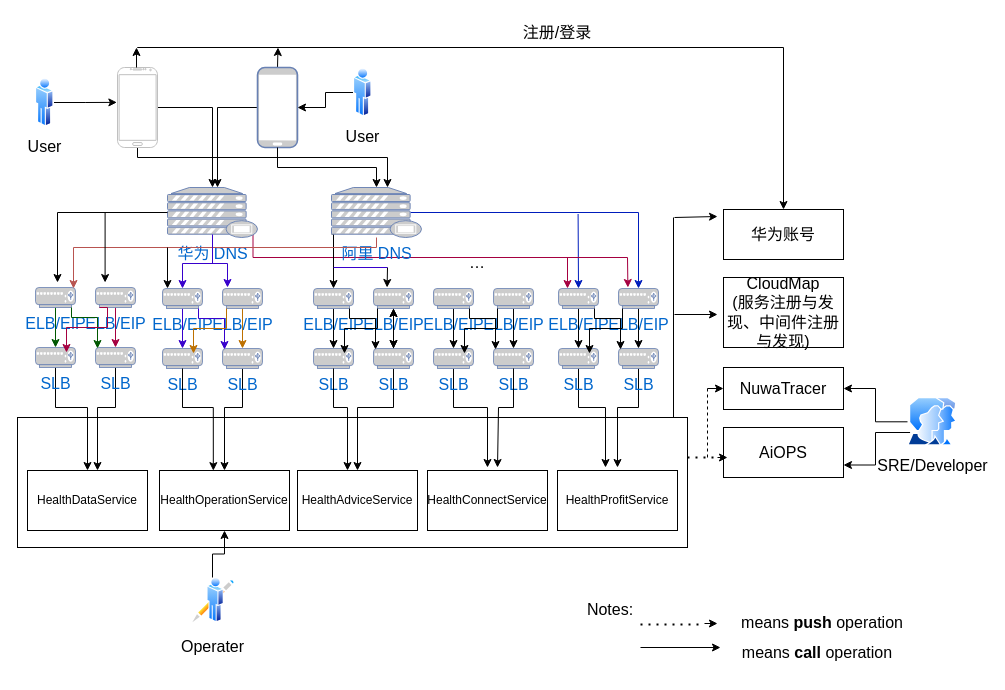
This is 运动健康云架构--第1层服务粒度架构.drawio from HuaHero/interview, a draw.io file, before an edit. Source tidied: cells renumbered, new cells numbered last; positions are measured from the earlier drawing's top-left corner, leaving out a move shared by most shapes. Both pictures are drawn from the tidied source at 100%, with x=0, y=0 at pixel (17, 17).
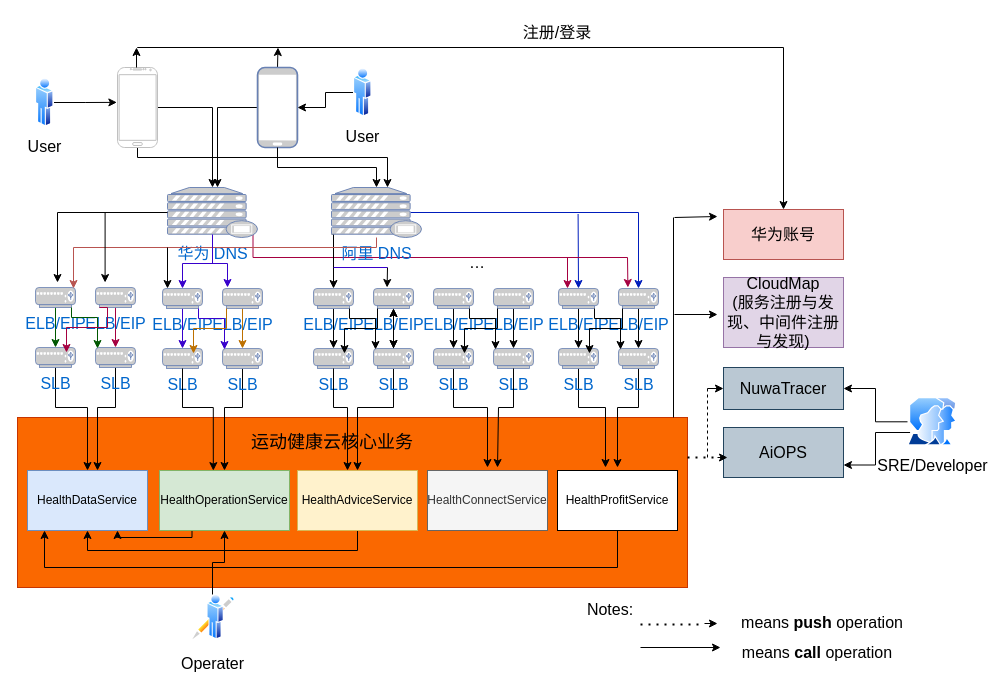
After the change.

Commit message:
更新运动健康云架构--第1层服务粒度架构.drawio

The change refers to these unchanged cells:
```xml
<mxCell id="8" value="HealthProfitService" style="rounded=0;whiteSpace=wrap;html=1;fontSize=12;" parent="1" vertex="1">
  <mxGeometry x="540" y="453" width="120" height="60" as="geometry" />
</mxCell>
```

Change to the diagram source:
```diff
@@
-    <mxCell id="2" style="rounded=0;whiteSpace=wrap;html=1;fontSize=16;" parent="1" vertex="1">
-      <mxGeometry y="400" width="670" height="130" as="geometry" />
+    <mxCell id="2" style="rounded=0;whiteSpace=wrap;html=1;fontSize=16;fillColor=#fa6800;fontColor=#000000;strokeColor=#C73500;" parent="1" vertex="1">
+      <mxGeometry y="400" width="670" height="170" as="geometry" />
     </mxCell>
-    <mxCell id="3" value="华为账号" style="rounded=0;whiteSpace=wrap;html=1;fontSize=16;" parent="1" vertex="1">
+    <mxCell id="3" value="华为账号" style="rounded=0;whiteSpace=wrap;html=1;fontSize=16;fillColor=#f8cecc;strokeColor=#b85450;" parent="1" vertex="1">
       <mxGeometry x="706" y="192" width="120" height="50" as="geometry" />
     </mxCell>
-    <mxCell id="4" value="HealthDataService" style="rounded=0;whiteSpace=wrap;html=1;fontSize=12;" parent="1" vertex="1">
+    <mxCell id="4" value="HealthDataService" style="rounded=0;whiteSpace=wrap;html=1;fontSize=12;fillColor=#dae8fc;strokeColor=#6c8ebf;" parent="1" vertex="1">
       <mxGeometry x="10" y="453" width="120" height="60" as="geometry" />
     </mxCell>
+    <mxCell id="116" style="edgeStyle=orthogonalEdgeStyle;rounded=0;jettySize=auto;html=1;exitX=0.25;exitY=1;exitDx=0;exitDy=0;entryX=0.75;entryY=1;entryDx=0;entryDy=0;" parent="1" edge="1" source="5" target="4">
+      <mxGeometry relative="1" as="geometry">
+        <Array as="points">
+          <mxPoint x="175" y="520" />
+          <mxPoint x="100" y="520" />
+        </Array>
+      </mxGeometry>
+    </mxCell>
-    <mxCell id="5" value="HealthOperationService" style="rounded=0;whiteSpace=wrap;html=1;fontSize=12;" parent="1" vertex="1">
+    <mxCell id="5" value="HealthOperationService" style="rounded=0;whiteSpace=wrap;html=1;fontSize=12;fillColor=#d5e8d4;strokeColor=#82b366;" parent="1" vertex="1">
       <mxGeometry x="142" y="453" width="130" height="60" as="geometry" />
     </mxCell>
+    <mxCell id="117" style="edgeStyle=orthogonalEdgeStyle;rounded=0;jettySize=auto;html=1;exitX=0.5;exitY=1;exitDx=0;exitDy=0;entryX=0.5;entryY=1;entryDx=0;entryDy=0;" parent="1" edge="1" source="6" target="4">
+      <mxGeometry relative="1" as="geometry" />
+    </mxCell>
-    <mxCell id="6" value="HealthAdviceService" style="rounded=0;whiteSpace=wrap;html=1;fontSize=12;" parent="1" vertex="1">
+    <mxCell id="6" value="HealthAdviceService" style="rounded=0;whiteSpace=wrap;html=1;fontSize=12;fillColor=#fff2cc;strokeColor=#d6b656;" parent="1" vertex="1">
       <mxGeometry x="280" y="453" width="120" height="60" as="geometry" />
     </mxCell>
-    <mxCell id="7" value="HealthConnectService" style="rounded=0;whiteSpace=wrap;html=1;fontSize=12;" parent="1" vertex="1">
+    <mxCell id="7" value="HealthConnectService" style="rounded=0;whiteSpace=wrap;html=1;fontSize=12;fillColor=#f5f5f5;fontColor=#333333;strokeColor=#666666;" parent="1" vertex="1">
       <mxGeometry x="410" y="453" width="120" height="60" as="geometry" />
     </mxCell>
@@
-    <mxCell id="9" value="CloudMap&lt;br style=&quot;font-size: 16px;&quot;&gt;(服务注册与发现、中间件注册与发现)" style="rounded=0;whiteSpace=wrap;html=1;fontSize=16;" parent="1" vertex="1">
+    <mxCell id="9" value="CloudMap&lt;br style=&quot;font-size: 16px;&quot;&gt;(服务注册与发现、中间件注册与发现)" style="rounded=0;whiteSpace=wrap;html=1;fontSize=16;fillColor=#e1d5e7;strokeColor=#9673a6;" parent="1" vertex="1">
       <mxGeometry x="706" y="260" width="120" height="70" as="geometry" />
     </mxCell>
@@
-    <mxCell id="73" value="NuwaTracer" style="rounded=0;whiteSpace=wrap;html=1;fontSize=16;" parent="1" vertex="1">
+    <mxCell id="73" value="NuwaTracer" style="rounded=0;whiteSpace=wrap;html=1;fontSize=16;fillColor=#bac8d3;strokeColor=#23445d;" parent="1" vertex="1">
       <mxGeometry x="706" y="350" width="120" height="42" as="geometry" />
     </mxCell>
-    <mxCell id="74" value="AiOPS" style="rounded=0;whiteSpace=wrap;html=1;fontSize=16;" parent="1" vertex="1">
+    <mxCell id="74" value="AiOPS" style="rounded=0;whiteSpace=wrap;html=1;fontSize=16;fillColor=#bac8d3;strokeColor=#23445d;" parent="1" vertex="1">
       <mxGeometry x="706" y="410" width="120" height="50" as="geometry" />
     </mxCell>
@@
     <mxCell id="106" value="Operater" style="image;perimeter=ellipsePerimeter;html=1;align=center;shadow=0;dashed=0;spacingTop=3;image=img/lib/active_directory/writer.svg;fontSize=16;" parent="1" vertex="1">
-      <mxGeometry x="171" y="560" width="48" height="50" as="geometry" />
+      <mxGeometry x="171" y="577" width="48" height="50" as="geometry" />
     </mxCell>
@@
+    <mxCell id="118" style="edgeStyle=orthogonalEdgeStyle;rounded=0;jettySize=auto;html=1;exitX=0.5;exitY=1;exitDx=0;exitDy=0;entryX=0.142;entryY=1;entryDx=0;entryDy=0;entryPerimeter=0;" parent="1" edge="1" source="8" target="4">
+      <mxGeometry relative="1" as="geometry">
+        <Array as="points">
+          <mxPoint x="600" y="550" />
+          <mxPoint x="27" y="550" />
+        </Array>
+      </mxGeometry>
+    </mxCell>
+    <mxCell id="119" value="运动健康云核心业务" style="text;html=1;strokeColor=none;fillColor=none;align=center;verticalAlign=middle;whiteSpace=wrap;rounded=0;fontSize=18;" parent="1" vertex="1">
+      <mxGeometry x="230" y="410" width="170" height="30" as="geometry" />
+    </mxCell>
```
